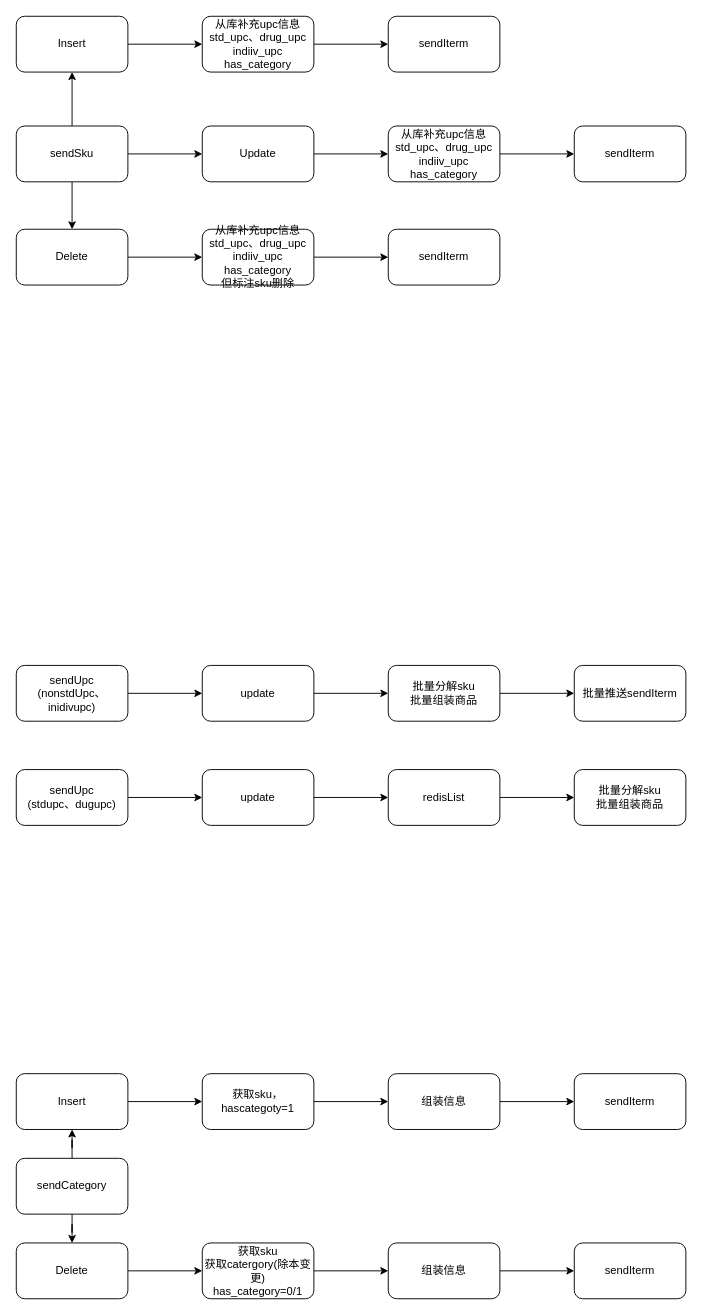
Above: sendWmq.drawio in zhugaozi/drawIo (draw.io), before the change. Source tidied: cells renumbered, new cells numbered last; positions are measured from the earlier drawing's top-left corner, leaving out a move shared by most shapes. Both pictures are drawn from the tidied source at 93%, with x=0, y=0 at pixel (16, 16).
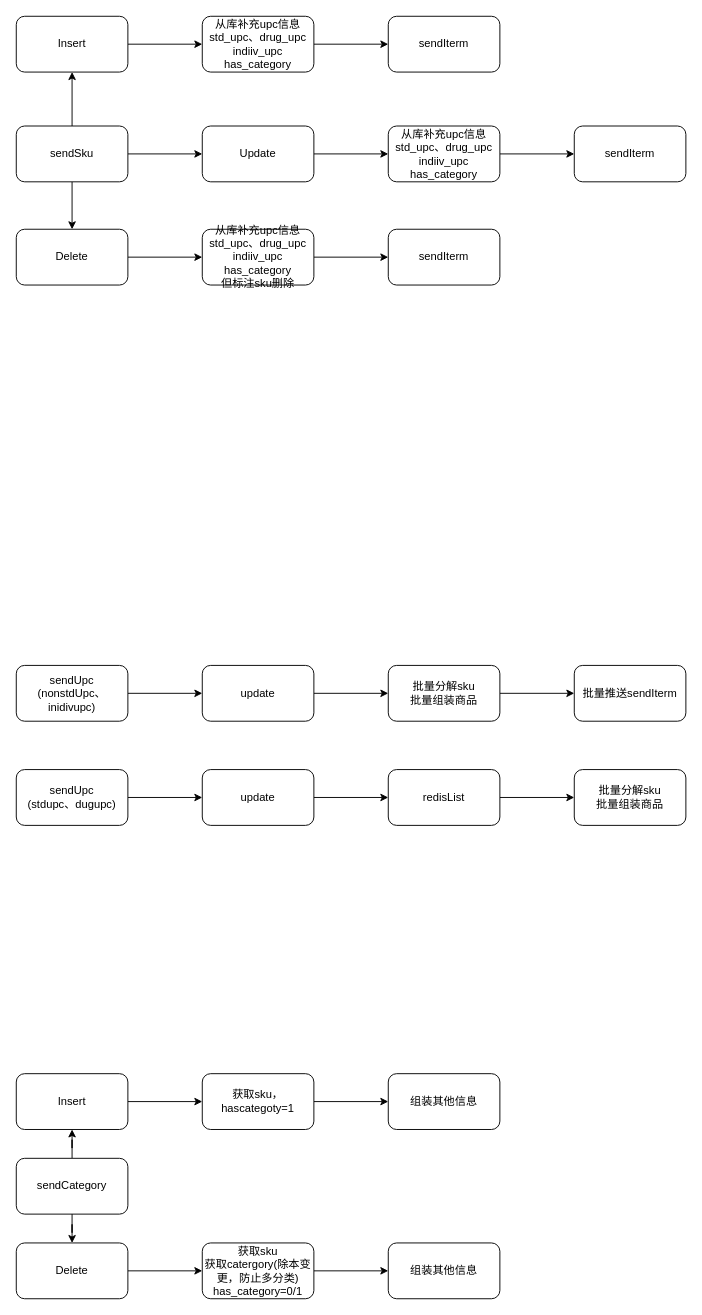
The same page after the edit.

The edit, as a diff of the source:
```diff
@@
-    <mxCell id="41" value="获取sku&lt;br&gt;获取catergory(除本变更)&lt;br&gt;has_category=0/1&lt;br&gt;" style="rounded=1;whiteSpace=wrap;html=1;" parent="1" vertex="1">
+    <mxCell id="41" value="获取sku&lt;br&gt;获取catergory(除本变更，防止多分类)&lt;br&gt;has_category=0/1&lt;br&gt;" style="rounded=1;whiteSpace=wrap;html=1;" parent="1" vertex="1">
       <mxGeometry x="200" y="1319" width="120" height="60" as="geometry" />
     </mxCell>
-    <mxCell id="42" style="edgeStyle=orthogonalEdgeStyle;rounded=0;jettySize=auto;html=1;" parent="1" edge="1" source="43" target="44">
-      <mxGeometry relative="1" as="geometry" />
-    </mxCell>
-    <mxCell id="43" value="组装信息&lt;br&gt;" style="rounded=1;whiteSpace=wrap;html=1;" parent="1" vertex="1">
+    <mxCell id="43" value="组装其他信息&lt;br&gt;" style="rounded=1;whiteSpace=wrap;html=1;" parent="1" vertex="1">
       <mxGeometry x="400" y="1319" width="120" height="60" as="geometry" />
     </mxCell>
-    <mxCell id="44" value="sendIterm&lt;br&gt;" style="rounded=1;whiteSpace=wrap;html=1;" parent="1" vertex="1">
-      <mxGeometry x="600" y="1319" width="120" height="60" as="geometry" />
-    </mxCell>
@@
-    <mxCell id="49" style="edgeStyle=orthogonalEdgeStyle;rounded=0;jettySize=auto;html=1;" parent="1" edge="1" source="50" target="51">
-      <mxGeometry relative="1" as="geometry" />
-    </mxCell>
-    <mxCell id="50" value="组装信息&lt;br&gt;" style="rounded=1;whiteSpace=wrap;html=1;" parent="1" vertex="1">
+    <mxCell id="50" value="组装其他信息&lt;br&gt;" style="rounded=1;whiteSpace=wrap;html=1;" parent="1" vertex="1">
       <mxGeometry x="400" y="1137" width="120" height="60" as="geometry" />
     </mxCell>
-    <mxCell id="51" value="sendIterm&lt;br&gt;" style="rounded=1;whiteSpace=wrap;html=1;" parent="1" vertex="1">
-      <mxGeometry x="600" y="1137" width="120" height="60" as="geometry" />
-    </mxCell>
```
